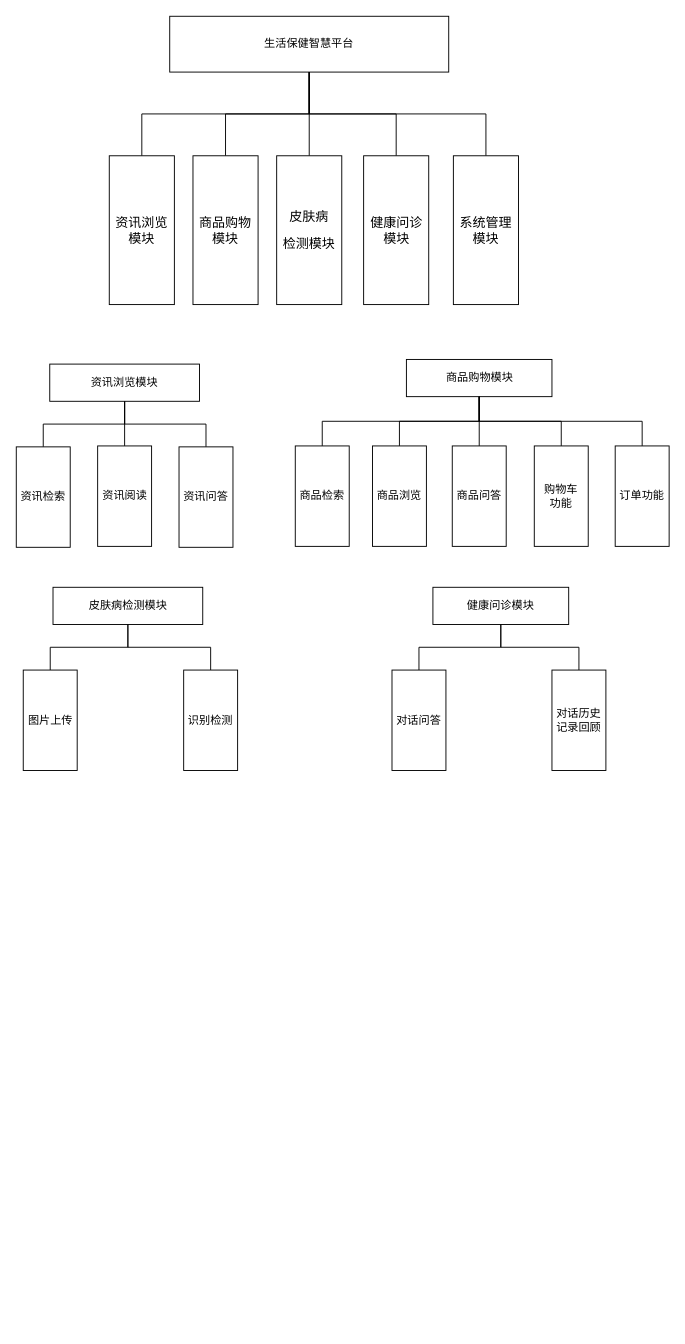
The draw.io diagram DrawIO/BS-1.drawio in JeckChen666/Jc-Private-Repository, before the edit. Source tidied: cells renumbered, new cells numbered last; positions are measured from the earlier drawing's top-left corner, leaving out a move shared by most shapes. Both pictures are drawn from the tidied source at 93%, with x=0, y=0 at pixel (16, 16).
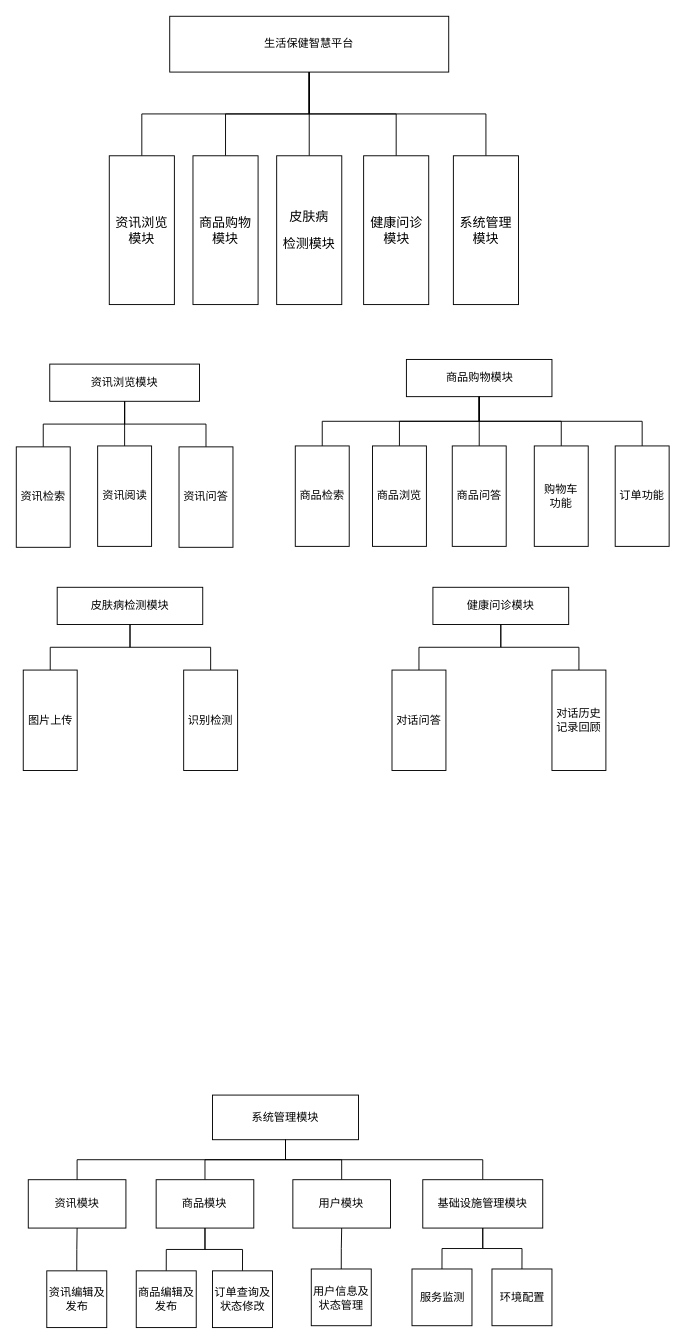
The same diagram, later.

Commit message:
更新BS-1.drawio：增加系统管理模块

Change to the diagram source:
```diff
@@
     <mxCell id="27" value="皮肤病检测模块" style="rounded=0;whiteSpace=wrap;html=1;" parent="1" vertex="1">
-      <mxGeometry x="39.5" y="614" width="161" height="40" as="geometry" />
+      <mxGeometry x="44" y="614" width="156.5" height="40" as="geometry" />
     </mxCell>
@@
+    <mxCell id="41" value="系统管理模块" style="rounded=0;whiteSpace=wrap;html=1;" parent="1" vertex="1">
+      <mxGeometry x="211" y="1160" width="157" height="48" as="geometry" />
+    </mxCell>
+    <mxCell id="42" style="edgeStyle=orthogonalEdgeStyle;rounded=0;jettySize=auto;html=1;exitX=0.5;exitY=0;exitDx=0;exitDy=0;endArrow=none;endFill=0;" parent="1" edge="1" source="43" target="41">
+      <mxGeometry relative="1" as="geometry" />
+    </mxCell>
+    <mxCell id="43" value="资讯模块" style="rounded=0;whiteSpace=wrap;html=1;" parent="1" vertex="1">
+      <mxGeometry x="12.9" y="1251" width="105" height="52" as="geometry" />
+    </mxCell>
+    <mxCell id="44" style="edgeStyle=orthogonalEdgeStyle;rounded=0;jettySize=auto;html=1;exitX=0.5;exitY=0;exitDx=0;exitDy=0;endArrow=none;endFill=0;" parent="1" edge="1" source="45" target="41">
+      <mxGeometry relative="1" as="geometry" />
+    </mxCell>
+    <mxCell id="45" value="商品模块" style="rounded=0;whiteSpace=wrap;html=1;" parent="1" vertex="1">
+      <mxGeometry x="150.4" y="1251" width="105" height="52" as="geometry" />
+    </mxCell>
+    <mxCell id="46" style="edgeStyle=orthogonalEdgeStyle;rounded=0;jettySize=auto;html=1;exitX=0.5;exitY=0;exitDx=0;exitDy=0;endArrow=none;endFill=0;" parent="1" edge="1" source="47" target="41">
+      <mxGeometry relative="1" as="geometry" />
+    </mxCell>
+    <mxCell id="47" value="用户模块" style="rounded=0;whiteSpace=wrap;html=1;" parent="1" vertex="1">
+      <mxGeometry x="297.4" y="1251" width="105" height="52" as="geometry" />
+    </mxCell>
+    <mxCell id="48" style="edgeStyle=orthogonalEdgeStyle;rounded=0;jettySize=auto;html=1;exitX=0.5;exitY=0;exitDx=0;exitDy=0;endArrow=none;endFill=0;" parent="1" edge="1" source="49" target="41">
+      <mxGeometry relative="1" as="geometry" />
+    </mxCell>
+    <mxCell id="49" value="基础设施管理模块" style="rounded=0;whiteSpace=wrap;html=1;" parent="1" vertex="1">
+      <mxGeometry x="437.1" y="1251" width="129" height="52" as="geometry" />
+    </mxCell>
+    <mxCell id="50" style="edgeStyle=orthogonalEdgeStyle;rounded=0;jettySize=auto;html=1;exitX=0.5;exitY=0;exitDx=0;exitDy=0;entryX=0.5;entryY=1;entryDx=0;entryDy=0;endArrow=none;endFill=0;" parent="1" edge="1" source="51" target="43">
+      <mxGeometry relative="1" as="geometry" />
+    </mxCell>
+    <mxCell id="51" value="资讯编辑及发布" style="rounded=0;whiteSpace=wrap;html=1;" parent="1" vertex="1">
+      <mxGeometry x="32.8" y="1349" width="64.5" height="61" as="geometry" />
+    </mxCell>
+    <mxCell id="52" style="edgeStyle=orthogonalEdgeStyle;rounded=0;jettySize=auto;html=1;exitX=0.5;exitY=0;exitDx=0;exitDy=0;entryX=0.5;entryY=1;entryDx=0;entryDy=0;endArrow=none;endFill=0;" parent="1" edge="1" source="53" target="45">
+      <mxGeometry relative="1" as="geometry" />
+    </mxCell>
+    <mxCell id="53" value="商品编辑及发布" style="rounded=0;whiteSpace=wrap;html=1;" parent="1" vertex="1">
+      <mxGeometry x="129" y="1349" width="64.5" height="61" as="geometry" />
+    </mxCell>
+    <mxCell id="54" style="edgeStyle=orthogonalEdgeStyle;rounded=0;jettySize=auto;html=1;exitX=0.5;exitY=0;exitDx=0;exitDy=0;entryX=0.5;entryY=1;entryDx=0;entryDy=0;endArrow=none;endFill=0;" parent="1" edge="1" source="55" target="45">
+      <mxGeometry relative="1" as="geometry" />
+    </mxCell>
+    <mxCell id="55" value="订单查询及状态修改" style="rounded=0;whiteSpace=wrap;html=1;" parent="1" vertex="1">
+      <mxGeometry x="211" y="1349" width="64.5" height="61" as="geometry" />
+    </mxCell>
+    <mxCell id="56" style="edgeStyle=orthogonalEdgeStyle;rounded=0;jettySize=auto;html=1;exitX=0.5;exitY=0;exitDx=0;exitDy=0;endArrow=none;endFill=0;" parent="1" edge="1" source="57" target="47">
+      <mxGeometry relative="1" as="geometry" />
+    </mxCell>
+    <mxCell id="57" value="用户信息及状态管理" style="rounded=0;whiteSpace=wrap;html=1;" parent="1" vertex="1">
+      <mxGeometry x="317.2" y="1347" width="64.5" height="61" as="geometry" />
+    </mxCell>
+    <mxCell id="58" style="edgeStyle=orthogonalEdgeStyle;rounded=0;jettySize=auto;html=1;exitX=0.5;exitY=0;exitDx=0;exitDy=0;entryX=0.5;entryY=1;entryDx=0;entryDy=0;endArrow=none;endFill=0;" parent="1" edge="1" source="59" target="49">
+      <mxGeometry relative="1" as="geometry" />
+    </mxCell>
+    <mxCell id="59" value="服务监测" style="rounded=0;whiteSpace=wrap;html=1;" parent="1" vertex="1">
+      <mxGeometry x="425.5" y="1347" width="64.5" height="61" as="geometry" />
+    </mxCell>
+    <mxCell id="60" style="edgeStyle=orthogonalEdgeStyle;rounded=0;jettySize=auto;html=1;exitX=0.5;exitY=0;exitDx=0;exitDy=0;entryX=0.5;entryY=1;entryDx=0;entryDy=0;endArrow=none;endFill=0;" parent="1" edge="1" source="61" target="49">
+      <mxGeometry relative="1" as="geometry" />
+    </mxCell>
+    <mxCell id="61" value="环境配置" style="rounded=0;whiteSpace=wrap;html=1;" parent="1" vertex="1">
+      <mxGeometry x="511.5" y="1347" width="64.5" height="61" as="geometry" />
+    </mxCell>
```
